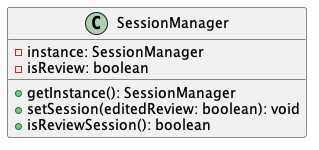
Before: docs/images/SessionManagerClass.png, a diagram exported from PlantUML (nus-cs2103-AY2324S1/tp). Its source is kept beside it as docs/diagrams/SessionManagerClass.puml.
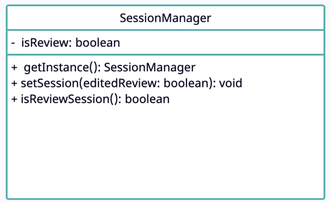
After the change.

Change to the diagram source:
```diff
@@ -1,9 +1,9 @@
 @startuml
 class SessionManager {
-  - instance: SessionManager
-  - isReview: boolean
-  + getInstance(): SessionManager
-  + setSession(editedReview: boolean): void
-  + isReviewSession(): boolean
+   -instance: SessionManager
+   -isReview: boolean
+   +getInstance(): SessionManager
+   +setSession(editedReview: boolean): void
+    +isReviewSession(): boolean
 }
 @enduml
```
